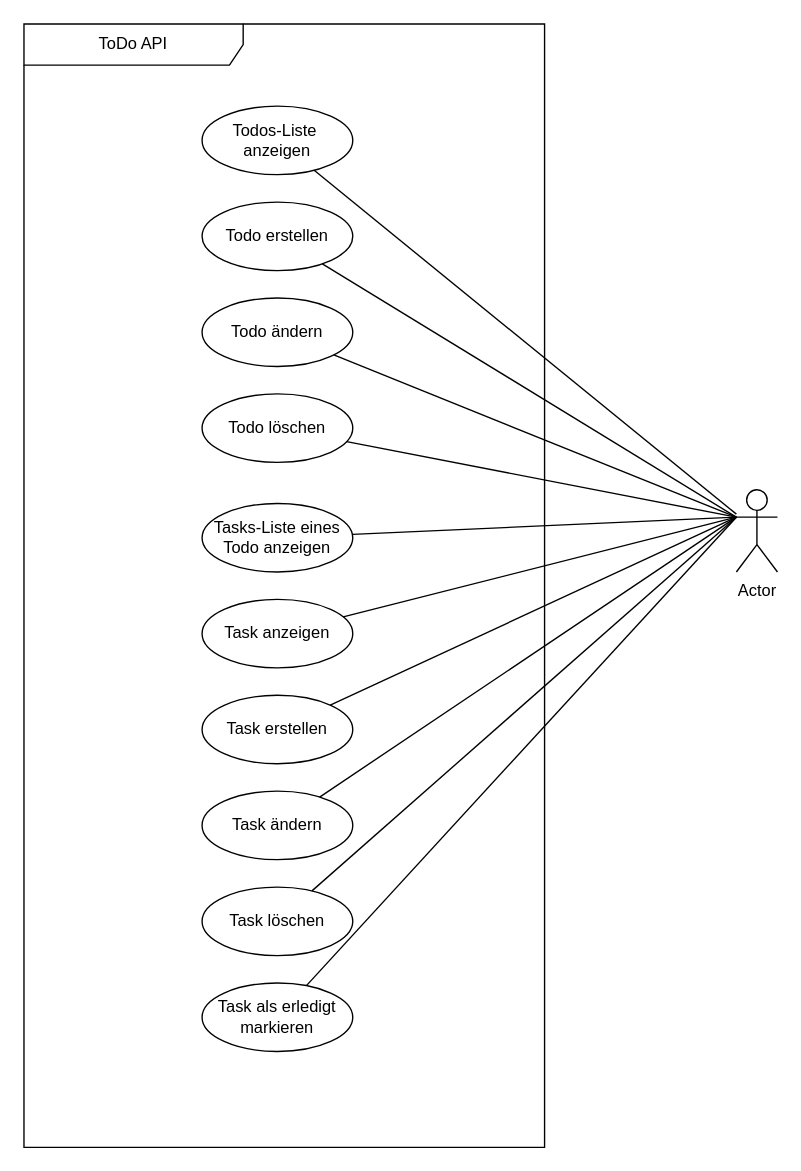
Before: docs/UML-Usecase.drawio in teses/python_cc_fsm2_kw28_todoapi, a draw.io diagram. Source tidied: cells renumbered, new cells numbered last; positions are measured from the earlier drawing's top-left corner, leaving out a move shared by most shapes. Both pictures are drawn from the tidied source at 137%, with x=0, y=0 at pixel (23, 23).
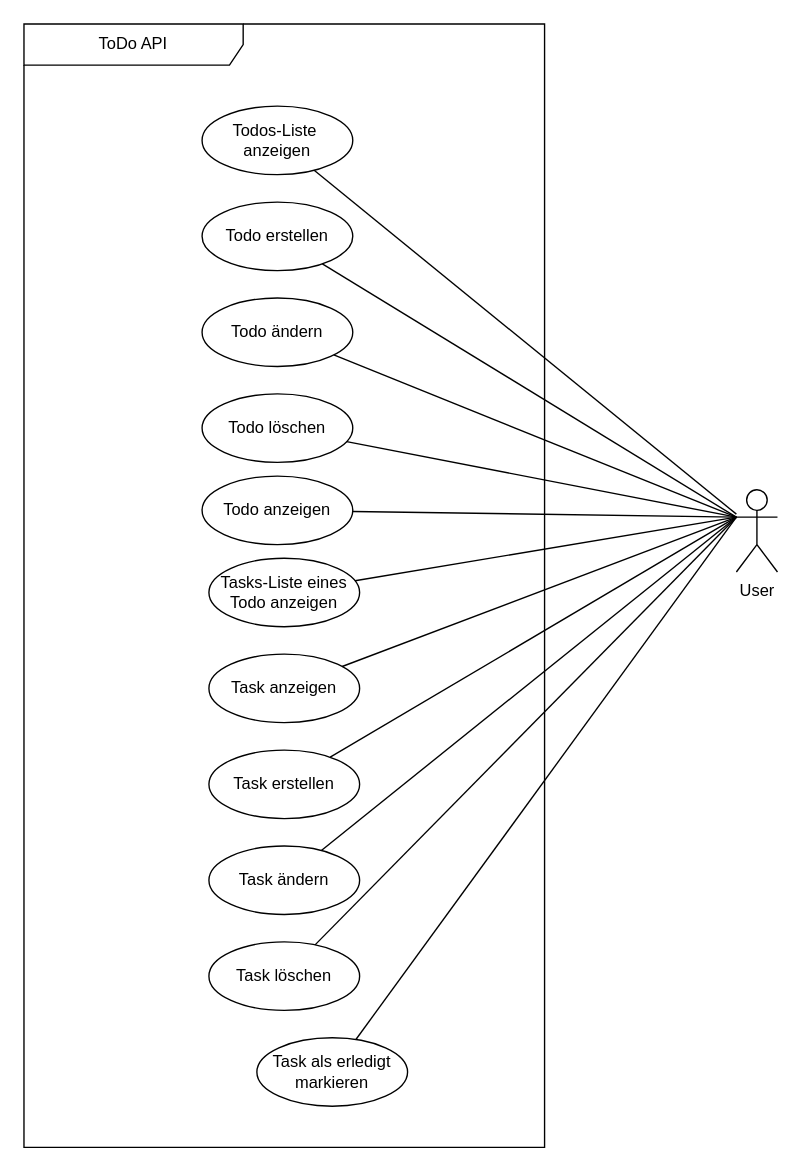
The same diagram, later.

Unchanged cells that the change refers to:
```xml
<mxCell id="2" value="ToDo API" style="shape=umlFrame;whiteSpace=wrap;html=1;width=160;" parent="1" vertex="1">
  <mxGeometry width="380" height="820" as="geometry" />
</mxCell>
```

The edit, as a diff of the source:
```diff
@@
     <mxCell id="7" value="Tasks-Liste eines Todo anzeigen" style="ellipse;whiteSpace=wrap;html=1;" parent="2" vertex="1">
-      <mxGeometry x="130" y="350" width="110" height="50" as="geometry" />
+      <mxGeometry x="135" y="390" width="110" height="50" as="geometry" />
     </mxCell>
     <mxCell id="8" value="Task&amp;nbsp;anzeigen" style="ellipse;whiteSpace=wrap;html=1;" parent="2" vertex="1">
-      <mxGeometry x="130" y="420" width="110" height="50" as="geometry" />
+      <mxGeometry x="135" y="460" width="110" height="50" as="geometry" />
     </mxCell>
     <mxCell id="9" value="Task&amp;nbsp;erstellen" style="ellipse;whiteSpace=wrap;html=1;" parent="2" vertex="1">
-      <mxGeometry x="130" y="490" width="110" height="50" as="geometry" />
+      <mxGeometry x="135" y="530" width="110" height="50" as="geometry" />
     </mxCell>
     <mxCell id="10" value="Task ändern" style="ellipse;whiteSpace=wrap;html=1;" parent="2" vertex="1">
-      <mxGeometry x="130" y="560" width="110" height="50" as="geometry" />
+      <mxGeometry x="135" y="600" width="110" height="50" as="geometry" />
     </mxCell>
-    <mxCell id="11" value="Task löschen" style="ellipse;whiteSpace=wrap;html=1;" parent="1" vertex="1">
-      <mxGeometry x="130" y="630" width="110" height="50" as="geometry" />
+    <mxCell id="11" value="Task löschen" style="ellipse;whiteSpace=wrap;html=1;" parent="2" vertex="1">
+      <mxGeometry x="135" y="670" width="110" height="50" as="geometry" />
     </mxCell>
-    <mxCell id="12" value="Task als erledigt markieren" style="ellipse;whiteSpace=wrap;html=1;" parent="1" vertex="1">
-      <mxGeometry x="130" y="700" width="110" height="50" as="geometry" />
+    <mxCell id="12" value="Task als erledigt markieren" style="ellipse;whiteSpace=wrap;html=1;" parent="2" vertex="1">
+      <mxGeometry x="170" y="740" width="110" height="50" as="geometry" />
     </mxCell>
+    <mxCell id="24" value="Todo anzeigen" style="ellipse;whiteSpace=wrap;html=1;" parent="2" vertex="1">
+      <mxGeometry x="130" y="330" width="110" height="50" as="geometry" />
+    </mxCell>
@@
-    <mxCell id="14" value="Actor" style="shape=umlActor;verticalLabelPosition=bottom;verticalAlign=top;html=1;" parent="1" vertex="1">
+    <mxCell id="14" value="User" style="shape=umlActor;verticalLabelPosition=bottom;verticalAlign=top;html=1;" parent="1" vertex="1">
       <mxGeometry x="520" y="340" width="30" height="60" as="geometry" />
     </mxCell>
@@
+    <mxCell id="25" style="rounded=0;jettySize=auto;html=1;endArrow=none;endFill=0;exitX=0;exitY=0.3333333333333333;exitDx=0;exitDy=0;exitPerimeter=0;" parent="1" edge="1" source="14" target="24">
+      <mxGeometry relative="1" as="geometry" />
+    </mxCell>
```
